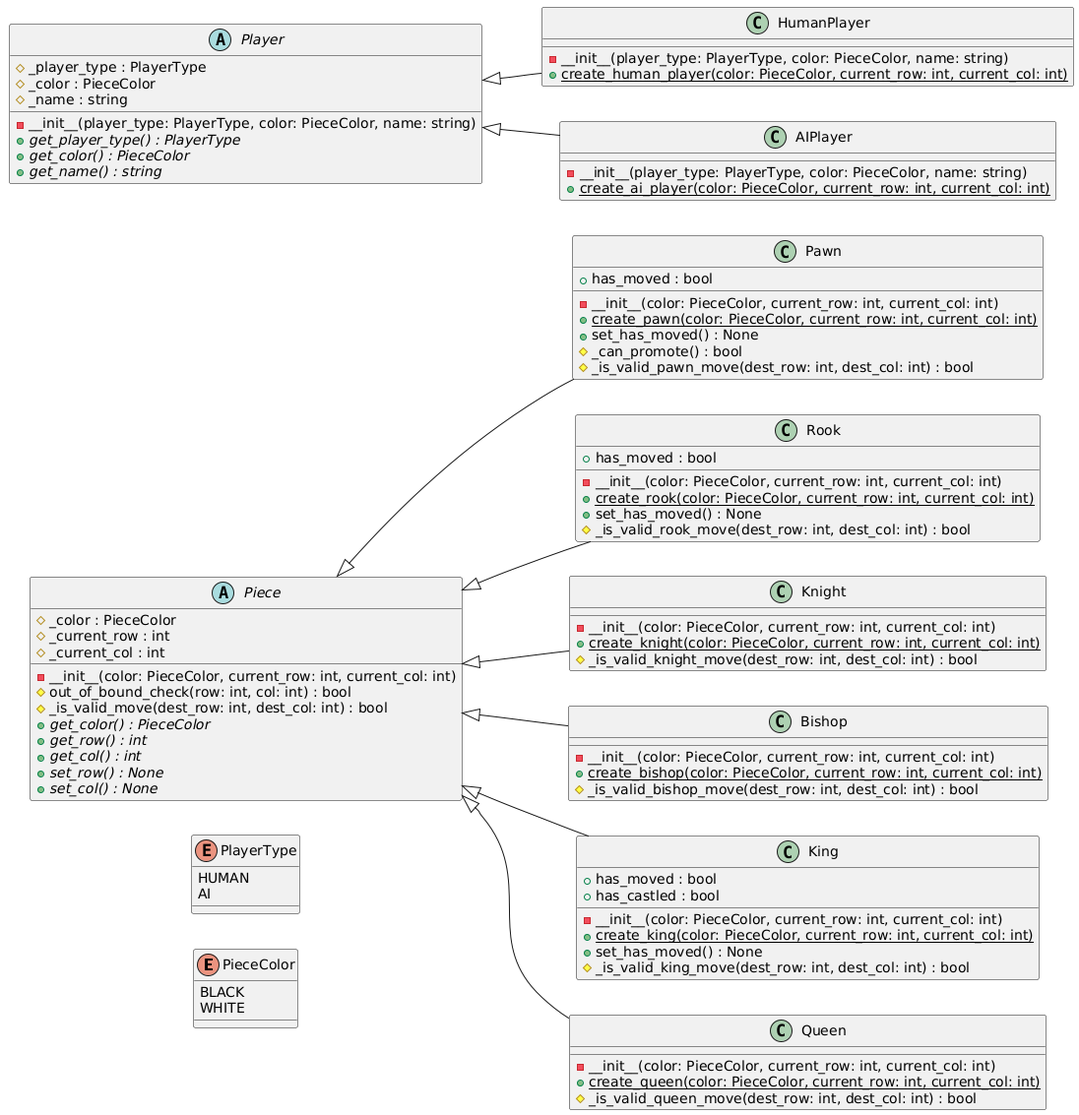
Above: ChessLite/class-diagrams/chess_uml_diagram.png in bharath-temp/ChessLite (PlantUML), before the change.
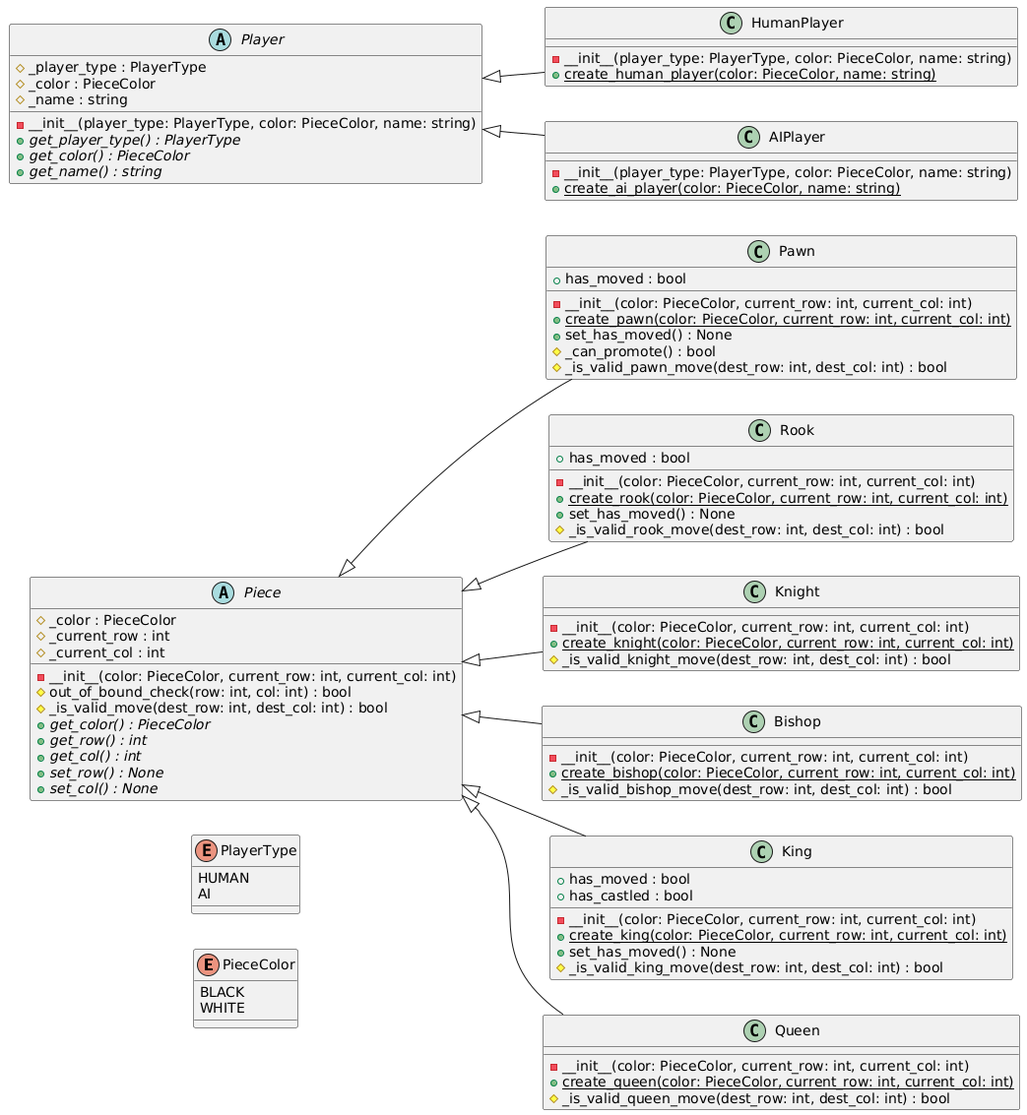
The same diagram one commit later.

Commit message:
docs: init player uml diagrams

Diff of the diagram source:
```diff
@@ -88,12 +88,12 @@
 
 class HumanPlayer {
     - __init__(player_type: PlayerType, color: PieceColor, name: string)
-    + {static} create_human_player(color: PieceColor, current_row: int, current_col: int)
+    + {static} create_human_player(color: PieceColor, name: string)
 }
 
 class AIPlayer {
     - __init__(player_type: PlayerType, color: PieceColor, name: string)
-    + {static} create_ai_player(color: PieceColor, current_row: int, current_col: int)
+    + {static} create_ai_player(color: PieceColor, name: string)
 }
 
 Player <|-- HumanPlayer
```
